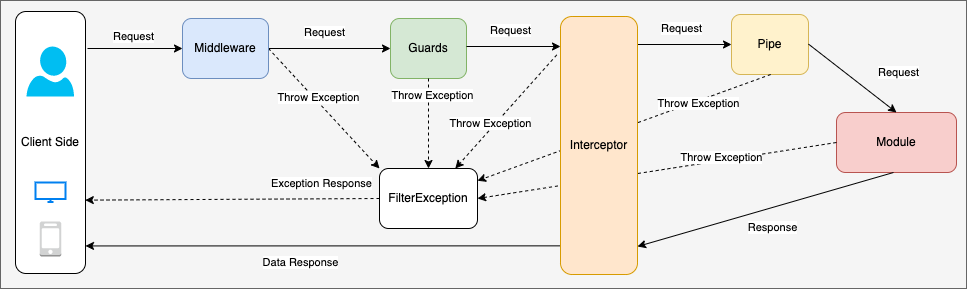
Above: RequestResponse.drawio.png in vnbrew/quynd-car-rent-nestjs (draw.io), before the change. Source tidied: cells renumbered, new cells last; positions are measured from the earlier drawing's top-left corner, leaving out a move shared by most shapes.
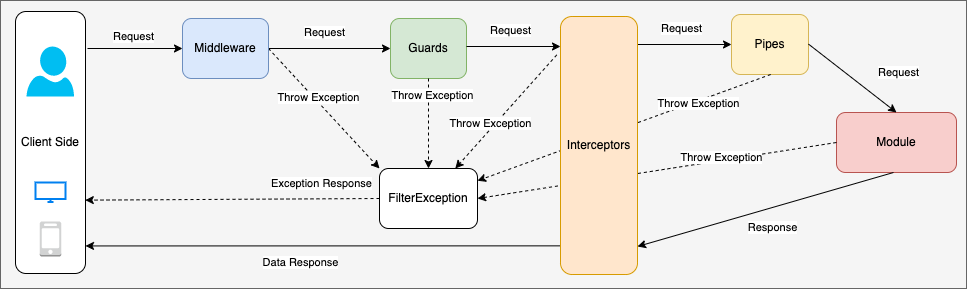
Later version of the same file.

Diff of the diagram source:
```diff
@@ -34,7 +34,7 @@
         <mxPoint y="1" as="offset" />
       </mxGeometry>
     </mxCell>
-    <mxCell id="9" value="Pipe" style="rounded=1;whiteSpace=wrap;html=1;fillColor=#fff2cc;strokeColor=#d6b656;" parent="1" vertex="1">
+    <mxCell id="9" value="Pipes" style="rounded=1;whiteSpace=wrap;html=1;fillColor=#fff2cc;strokeColor=#d6b656;" parent="1" vertex="1">
       <mxGeometry x="731" y="92" width="77" height="60" as="geometry" />
     </mxCell>
     <mxCell id="10" value="Request" style="endArrow=classic;html=1;rounded=0;exitX=1;exitY=0.5;exitDx=0;exitDy=0;entryX=0;entryY=0.5;entryDx=0;entryDy=0;" parent="1" edge="1" target="9">
@@ -97,7 +97,7 @@
         <mxPoint x="85" y="323.4" as="targetPoint" />
       </mxGeometry>
     </mxCell>
-    <mxCell id="25" value="Interceptor" style="rounded=1;whiteSpace=wrap;html=1;fillColor=#ffe6cc;strokeColor=#d79b00;" parent="1" vertex="1">
+    <mxCell id="25" value="Interceptors" style="rounded=1;whiteSpace=wrap;html=1;fillColor=#ffe6cc;strokeColor=#d79b00;" parent="1" vertex="1">
       <mxGeometry x="560" y="94" width="77" height="258" as="geometry" />
     </mxCell>
     <mxCell id="26" value="Middleware" style="rounded=1;whiteSpace=wrap;html=1;fillColor=#dae8fc;strokeColor=#6c8ebf;" parent="1" vertex="1">
```
